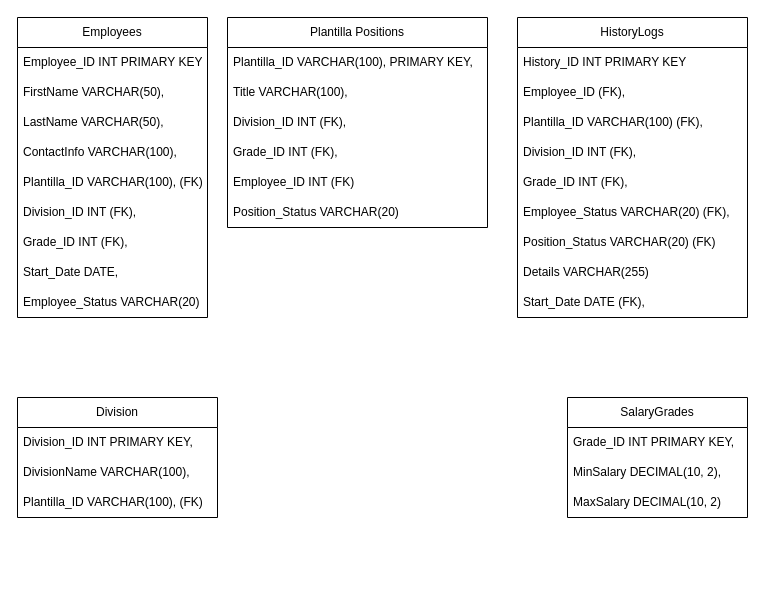
Ynn0/Plantilla keeps this draw.io diagram as Untitled Diagram.drawio. Above is the earlier version. Source tidied: cells renumbered, new cells numbered last; positions are measured from the earlier drawing's top-left corner, leaving out a move shared by most shapes. Both pictures are drawn from the tidied source at 100%, with x=0, y=0 at pixel (17, 17).
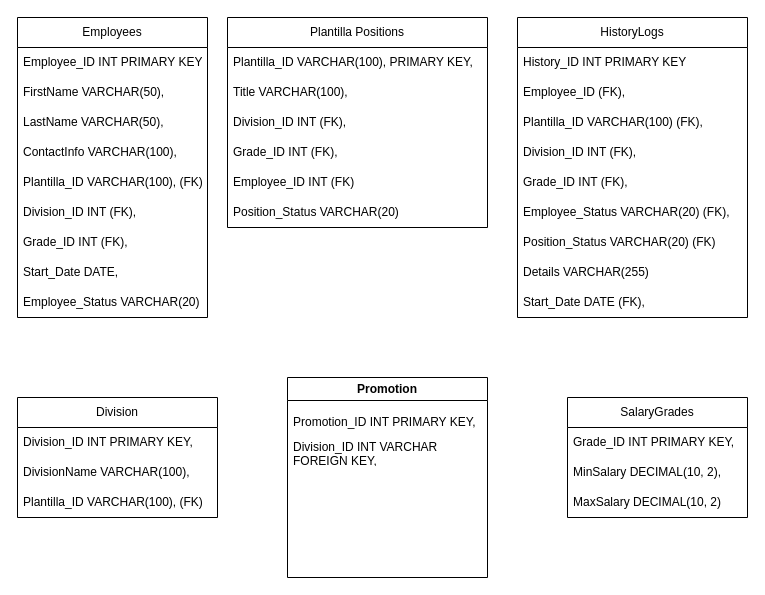
Above is the later version.

Change to the diagram source:
```diff
@@
+    <mxCell id="37" value="Promotion" style="swimlane;whiteSpace=wrap;html=1;" parent="1" vertex="1">
+      <mxGeometry x="270" y="360" width="200" height="200" as="geometry" />
+    </mxCell>
+    <mxCell id="38" value="Promotion_ID INT PRIMARY KEY," style="text;strokeColor=none;fillColor=none;align=left;verticalAlign=middle;spacingLeft=4;spacingRight=4;overflow=hidden;whiteSpace=wrap;html=1;labelBackgroundColor=none;" parent="37" vertex="1">
+      <mxGeometry y="30" width="200" height="30" as="geometry" />
+    </mxCell>
+    <mxCell id="39" value="Division_ID INT VARCHAR FOREIGN KEY," style="text;strokeColor=none;fillColor=none;align=left;verticalAlign=middle;spacingLeft=4;spacingRight=4;overflow=hidden;whiteSpace=wrap;html=1;labelBackgroundColor=none;" parent="37" vertex="1">
+      <mxGeometry y="60" width="200" height="30" as="geometry" />
+    </mxCell>
```
